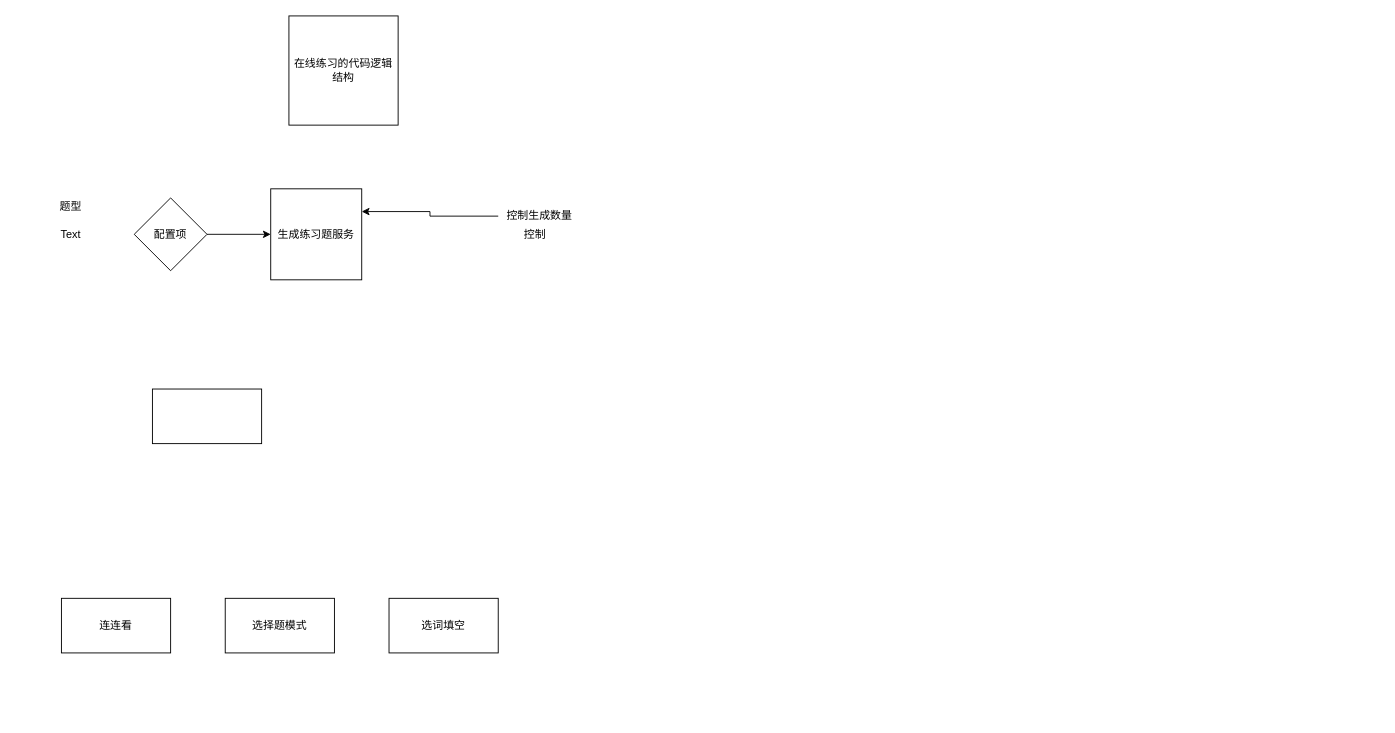
Above: recall-在线测试.drawio in dongdonggo/draw (draw.io), before the change. Source tidied: cells renumbered, new cells numbered last; positions are measured from the earlier drawing's top-left corner, leaving out a move shared by most shapes. Both pictures are drawn from the tidied source at 91%, with x=0, y=0 at pixel (52, 15).
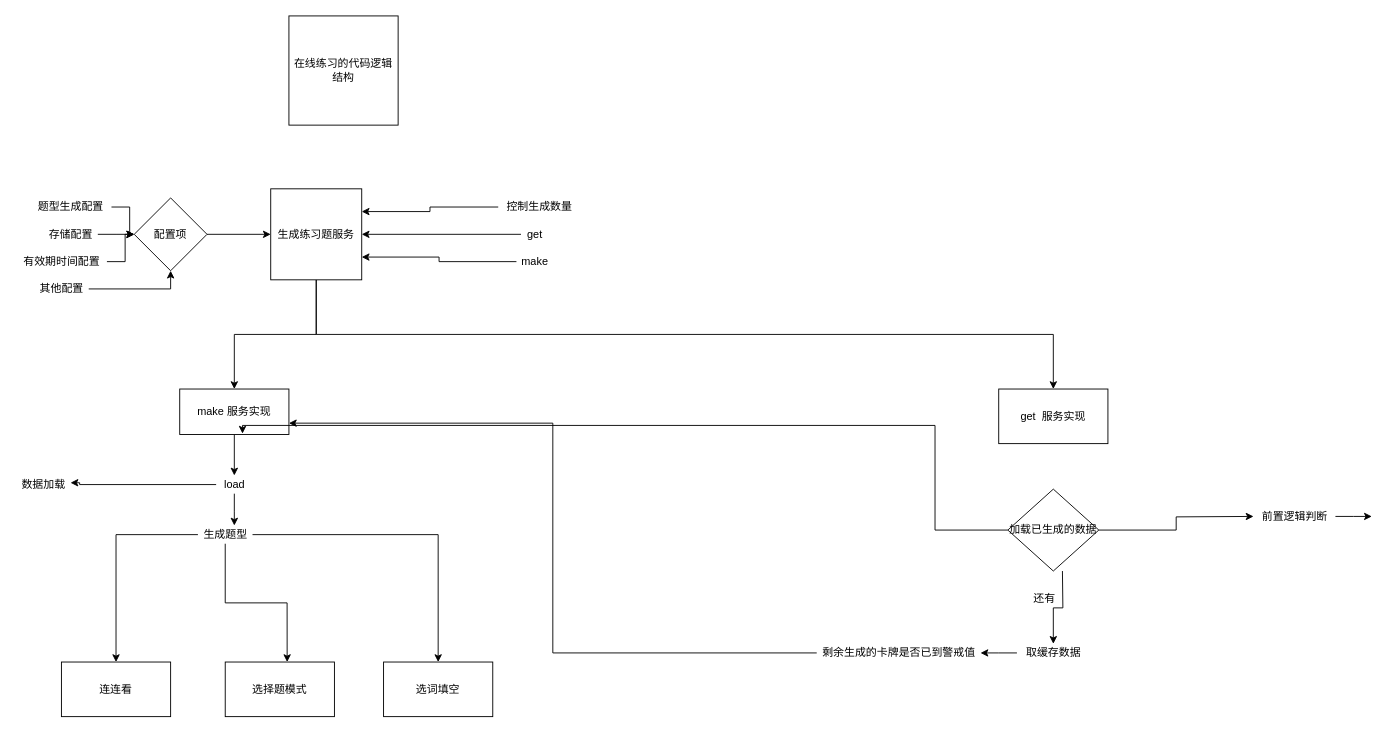
After the change.

Unchanged cells that the change refers to:
```xml
<mxCell id="6" value="生成练习题服务&lt;br&gt;" style="whiteSpace=wrap;html=1;" parent="1" vertex="1">
  <mxGeometry x="240" y="190" width="100" height="100" as="geometry" />
</mxCell>
<mxCell id="11" value="配置项" style="rhombus;whiteSpace=wrap;html=1;" parent="1" vertex="1">
  <mxGeometry x="90" y="200" width="80" height="80" as="geometry" />
</mxCell>
```

The edit, as a diff of the source:
```diff
@@
     <mxCell id="3" value="连连看" style="rounded=0;whiteSpace=wrap;html=1;" parent="1" vertex="1">
-      <mxGeometry x="10" y="640" width="120" height="60" as="geometry" />
+      <mxGeometry x="10" y="710" width="120" height="60" as="geometry" />
     </mxCell>
     <mxCell id="4" value="选择题模式" style="whiteSpace=wrap;html=1;" parent="1" vertex="1">
-      <mxGeometry x="190" y="640" width="120" height="60" as="geometry" />
+      <mxGeometry x="190" y="710" width="120" height="60" as="geometry" />
     </mxCell>
     <mxCell id="5" value="选词填空" style="whiteSpace=wrap;html=1;" parent="1" vertex="1">
-      <mxGeometry x="370" y="640" width="120" height="60" as="geometry" />
+      <mxGeometry x="364" y="710" width="120" height="60" as="geometry" />
     </mxCell>
+    <mxCell id="15" style="edgeStyle=orthogonalEdgeStyle;rounded=0;jettySize=auto;html=1;" parent="1" edge="1" source="6" target="7">
+      <mxGeometry relative="1" as="geometry" />
+    </mxCell>
+    <mxCell id="16" style="edgeStyle=orthogonalEdgeStyle;rounded=0;jettySize=auto;html=1;" parent="1" edge="1" source="6" target="27">
+      <mxGeometry relative="1" as="geometry">
+        <Array as="points">
+          <mxPoint x="290" y="350" />
+          <mxPoint x="1100" y="350" />
+        </Array>
+      </mxGeometry>
+    </mxCell>
@@
+    <mxCell id="17" style="edgeStyle=orthogonalEdgeStyle;rounded=0;jettySize=auto;html=1;" parent="1" edge="1" source="7" target="30">
+      <mxGeometry relative="1" as="geometry" />
+    </mxCell>
-    <mxCell id="7" style="whiteSpace=wrap;html=1;" parent="1" vertex="1">
-      <mxGeometry x="110" y="410" width="120" height="60" as="geometry" />
+    <mxCell id="7" value="make 服务实现&lt;br&gt;" style="whiteSpace=wrap;html=1;" parent="1" vertex="1">
+      <mxGeometry x="140" y="410" width="120" height="50" as="geometry" />
     </mxCell>
@@
     <mxCell id="9" value="控制生成数量" style="text;html=1;align=center;verticalAlign=middle;points=[];" parent="1" vertex="1">
-      <mxGeometry x="490" y="210" width="90" height="20" as="geometry" />
+      <mxGeometry x="490" y="200" width="90" height="20" as="geometry" />
     </mxCell>
@@
+    <mxCell id="18" style="edgeStyle=orthogonalEdgeStyle;rounded=0;jettySize=auto;html=1;entryX=1;entryY=0.5;entryDx=0;entryDy=0;" parent="1" edge="1" source="12" target="6">
+      <mxGeometry relative="1" as="geometry" />
+    </mxCell>
-    <mxCell id="12" value="控制" style="text;html=1;align=center;verticalAlign=middle;points=[];" parent="1" vertex="1">
-      <mxGeometry x="510" y="230" width="40" height="20" as="geometry" />
+    <mxCell id="12" value="get" style="text;html=1;align=center;verticalAlign=middle;points=[];" parent="1" vertex="1">
+      <mxGeometry x="515" y="230" width="30" height="20" as="geometry" />
     </mxCell>
+    <mxCell id="19" style="edgeStyle=orthogonalEdgeStyle;rounded=0;jettySize=auto;html=1;" parent="1" edge="1" source="13" target="11">
+      <mxGeometry relative="1" as="geometry" />
+    </mxCell>
-    <mxCell id="13" value="题型" style="text;html=1;align=center;verticalAlign=middle;points=[];" parent="1" vertex="1">
-      <mxGeometry y="200" width="40" height="20" as="geometry" />
+    <mxCell id="13" value="题型生成配置" style="text;html=1;align=center;verticalAlign=middle;points=[];" parent="1" vertex="1">
+      <mxGeometry x="-25" y="200" width="90" height="20" as="geometry" />
     </mxCell>
+    <mxCell id="20" style="edgeStyle=orthogonalEdgeStyle;rounded=0;jettySize=auto;html=1;" parent="1" edge="1" source="14">
+      <mxGeometry relative="1" as="geometry">
+        <mxPoint x="90" y="240" as="targetPoint" />
+      </mxGeometry>
+    </mxCell>
-    <mxCell id="14" value="Text" style="text;html=1;align=center;verticalAlign=middle;points=[];" parent="1" vertex="1">
-      <mxGeometry y="230" width="40" height="20" as="geometry" />
+    <mxCell id="14" value="存储配置" style="text;html=1;align=center;verticalAlign=middle;points=[];" parent="1" vertex="1">
+      <mxGeometry x="-10" y="230" width="60" height="20" as="geometry" />
     </mxCell>
+    <mxCell id="21" style="edgeStyle=orthogonalEdgeStyle;rounded=0;jettySize=auto;html=1;" parent="1" edge="1" source="22" target="11">
+      <mxGeometry relative="1" as="geometry" />
+    </mxCell>
+    <mxCell id="22" value="有效期时间配置&lt;br&gt;" style="text;html=1;align=center;verticalAlign=middle;points=[];" parent="1" vertex="1">
+      <mxGeometry x="-40" y="260" width="100" height="20" as="geometry" />
+    </mxCell>
+    <mxCell id="23" style="edgeStyle=orthogonalEdgeStyle;rounded=0;jettySize=auto;html=1;" parent="1" edge="1" source="24" target="11">
+      <mxGeometry relative="1" as="geometry" />
+    </mxCell>
+    <mxCell id="24" value="其他配置&lt;br&gt;" style="text;html=1;align=center;verticalAlign=middle;points=[];" parent="1" vertex="1">
+      <mxGeometry x="-20" y="290" width="60" height="20" as="geometry" />
+    </mxCell>
+    <mxCell id="25" style="edgeStyle=orthogonalEdgeStyle;rounded=0;jettySize=auto;html=1;entryX=1;entryY=0.75;entryDx=0;entryDy=0;" parent="1" edge="1" source="26" target="6">
+      <mxGeometry relative="1" as="geometry" />
+    </mxCell>
+    <mxCell id="26" value="make" style="text;html=1;align=center;verticalAlign=middle;points=[];" parent="1" vertex="1">
+      <mxGeometry x="510" y="260" width="40" height="20" as="geometry" />
+    </mxCell>
+    <mxCell id="27" value="get&amp;nbsp; 服务实现" style="whiteSpace=wrap;html=1;" parent="1" vertex="1">
+      <mxGeometry x="1040" y="410" width="120" height="60" as="geometry" />
+    </mxCell>
+    <mxCell id="28" style="edgeStyle=orthogonalEdgeStyle;rounded=0;jettySize=auto;html=1;entryX=1;entryY=0.425;entryDx=0;entryDy=0;entryPerimeter=0;" parent="1" edge="1" source="30" target="31">
+      <mxGeometry relative="1" as="geometry">
+        <Array as="points">
+          <mxPoint x="30" y="515" />
+          <mxPoint x="30" y="513" />
+        </Array>
+      </mxGeometry>
+    </mxCell>
+    <mxCell id="29" style="edgeStyle=orthogonalEdgeStyle;rounded=0;jettySize=auto;html=1;" parent="1" edge="1" source="30">
+      <mxGeometry relative="1" as="geometry">
+        <mxPoint x="200" y="560" as="targetPoint" />
+      </mxGeometry>
+    </mxCell>
+    <mxCell id="30" value="load" style="text;html=1;align=center;verticalAlign=middle;points=[];" parent="1" vertex="1">
+      <mxGeometry x="180" y="505" width="40" height="20" as="geometry" />
+    </mxCell>
+    <mxCell id="31" value="数据加载" style="text;html=1;align=center;verticalAlign=middle;points=[];" parent="1" vertex="1">
+      <mxGeometry x="-40" y="504.5" width="60" height="20" as="geometry" />
+    </mxCell>
+    <mxCell id="32" style="edgeStyle=orthogonalEdgeStyle;rounded=0;jettySize=auto;html=1;" parent="1" edge="1" source="35" target="3">
+      <mxGeometry relative="1" as="geometry" />
+    </mxCell>
+    <mxCell id="33" style="edgeStyle=orthogonalEdgeStyle;rounded=0;jettySize=auto;html=1;entryX=0.567;entryY=0;entryDx=0;entryDy=0;entryPerimeter=0;" parent="1" edge="1" source="35" target="4">
+      <mxGeometry relative="1" as="geometry" />
+    </mxCell>
+    <mxCell id="34" style="edgeStyle=orthogonalEdgeStyle;rounded=0;jettySize=auto;html=1;" parent="1" edge="1" source="35" target="5">
+      <mxGeometry relative="1" as="geometry" />
+    </mxCell>
+    <mxCell id="35" value="生成题型" style="text;html=1;align=center;verticalAlign=middle;points=[];" parent="1" vertex="1">
+      <mxGeometry x="160" y="560" width="60" height="20" as="geometry" />
+    </mxCell>
+    <mxCell id="36" style="edgeStyle=orthogonalEdgeStyle;rounded=0;jettySize=auto;html=1;exitX=1;exitY=0.5;exitDx=0;exitDy=0;" parent="1" edge="1" source="43">
+      <mxGeometry relative="1" as="geometry">
+        <mxPoint x="1320" y="550" as="targetPoint" />
+      </mxGeometry>
+    </mxCell>
+    <mxCell id="37" style="edgeStyle=orthogonalEdgeStyle;rounded=0;jettySize=auto;html=1;" parent="1" edge="1" target="41">
+      <mxGeometry relative="1" as="geometry">
+        <mxPoint x="1110" y="610" as="sourcePoint" />
+      </mxGeometry>
+    </mxCell>
+    <mxCell id="38" style="edgeStyle=orthogonalEdgeStyle;rounded=0;jettySize=auto;html=1;" parent="1" edge="1" source="39">
+      <mxGeometry relative="1" as="geometry">
+        <mxPoint x="1450" y="550" as="targetPoint" />
+      </mxGeometry>
+    </mxCell>
+    <mxCell id="39" value="前置逻辑判断" style="text;html=1;align=center;verticalAlign=middle;points=[];" parent="1" vertex="1">
+      <mxGeometry x="1320" y="540" width="90" height="20" as="geometry" />
+    </mxCell>
+    <mxCell id="40" style="edgeStyle=orthogonalEdgeStyle;rounded=0;jettySize=auto;html=1;" parent="1" edge="1" source="41">
+      <mxGeometry relative="1" as="geometry">
+        <mxPoint x="1020" y="700" as="targetPoint" />
+      </mxGeometry>
+    </mxCell>
+    <mxCell id="41" value="取缓存数据" style="text;html=1;align=center;verticalAlign=middle;points=[];" parent="1" vertex="1">
+      <mxGeometry x="1060" y="690" width="80" height="20" as="geometry" />
+    </mxCell>
+    <mxCell id="42" style="edgeStyle=orthogonalEdgeStyle;rounded=0;jettySize=auto;html=1;entryX=0.575;entryY=0.98;entryDx=0;entryDy=0;entryPerimeter=0;" parent="1" edge="1" source="43" target="7">
+      <mxGeometry relative="1" as="geometry">
+        <Array as="points">
+          <mxPoint x="970" y="565" />
+          <mxPoint x="970" y="450" />
+          <mxPoint x="209" y="450" />
+        </Array>
+      </mxGeometry>
+    </mxCell>
+    <mxCell id="43" value="&lt;span&gt;加载已生成的数据&lt;/span&gt;" style="rhombus;whiteSpace=wrap;html=1;" parent="1" vertex="1">
+      <mxGeometry x="1050" y="520" width="100" height="90" as="geometry" />
+    </mxCell>
+    <mxCell id="44" value="还有" style="text;html=1;align=center;verticalAlign=middle;" parent="1" vertex="1">
+      <mxGeometry x="1070" y="630" width="40" height="20" as="geometry" />
+    </mxCell>
+    <mxCell id="45" style="edgeStyle=orthogonalEdgeStyle;rounded=0;jettySize=auto;html=1;entryX=1;entryY=0.75;entryDx=0;entryDy=0;" parent="1" edge="1" source="46" target="7">
+      <mxGeometry relative="1" as="geometry" />
+    </mxCell>
+    <mxCell id="46" value="剩余生成的卡牌是否已到警戒值" style="text;html=1;align=center;verticalAlign=middle;points=[];" parent="1" vertex="1">
+      <mxGeometry x="840" y="690" width="180" height="20" as="geometry" />
+    </mxCell>
```
